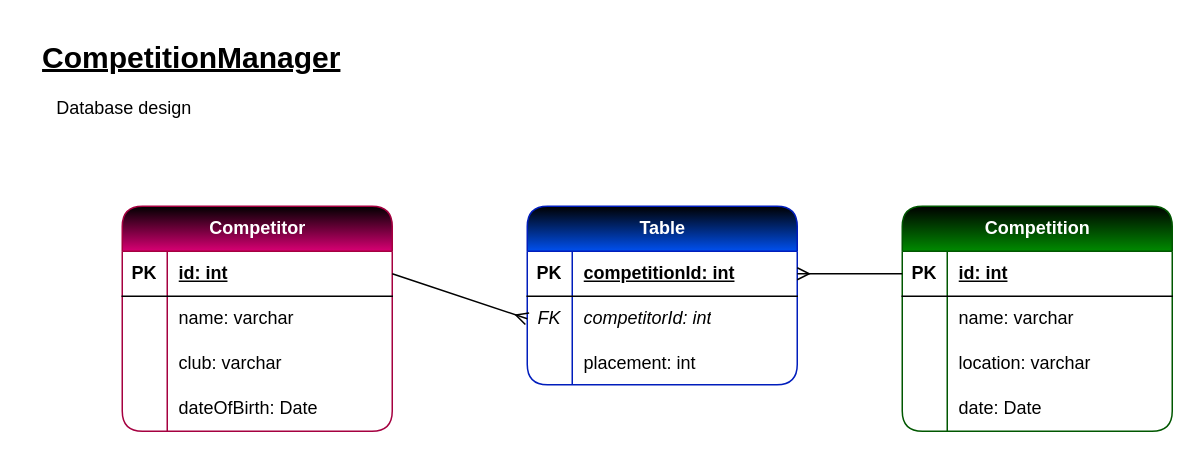
Before: project/DatabaseDesign.drawio in szdav1/CompetitionManager-Admin, a draw.io diagram. Source tidied: cells renumbered, new cells numbered last; positions are measured from the earlier drawing's top-left corner, leaving out a move shared by most shapes. Both pictures are drawn from the tidied source at 150%, with x=0, y=0 at pixel (26, 26).
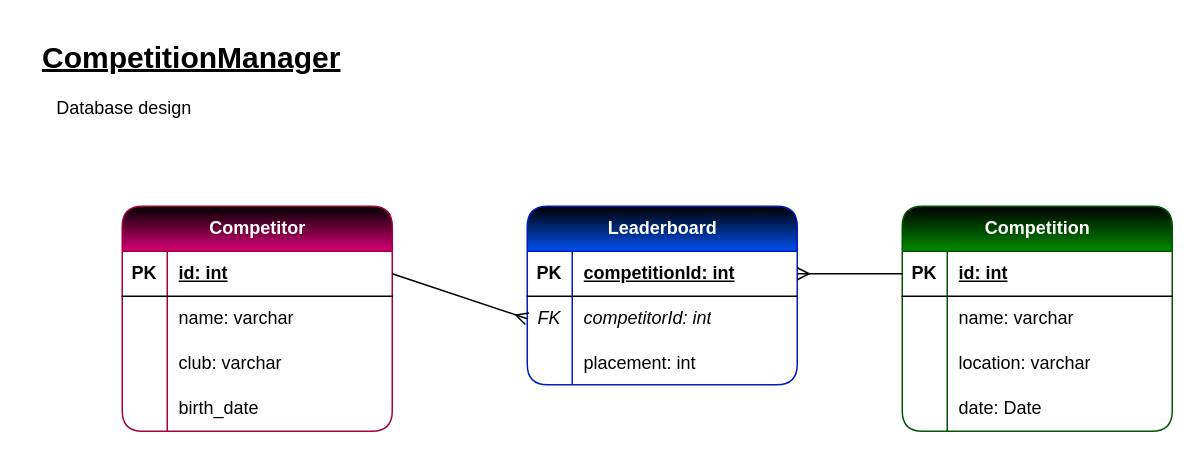
The same page after the edit.

Commit message (it also covers changes not shown here):
Add 'view database modal' opening.

Unchanged cells that the change refers to:
```xml
<mxCell id="13" style="shape=tableRow;horizontal=0;startSize=0;swimlaneHead=0;swimlaneBody=0;fillColor=none;top=0;left=0;right=0;bottom=0;" parent="3" vertex="1">
  <mxGeometry y="120" width="180" height="30" as="geometry" />
</mxCell>
```

What changed in the source:
```diff
@@
-    <mxCell id="15" value="dateOfBirth: Date" style="shape=partialRectangle;fillColor=none;top=0;left=0;bottom=0;right=0;align=left;spacingLeft=6;overflow=hidden;whiteSpace=wrap;html=1;" parent="13" vertex="1">
+    <mxCell id="15" value="birth_date" style="shape=partialRectangle;fillColor=none;top=0;left=0;bottom=0;right=0;align=left;spacingLeft=6;overflow=hidden;whiteSpace=wrap;html=1;" parent="13" vertex="1">
       <mxGeometry x="30" width="150" height="30" as="geometry" />
     </mxCell>
-    <mxCell id="16" value="Table" style="shape=table;startSize=30;childLayout=tableLayout;rowLines=0;fontStyle=1;align=center;html=1;rounded=1;shadow=0;fillColor=#0050ef;fontColor=#ffffff;strokeColor=#001DBC;swimlaneFillColor=none;gradientColor=default;gradientDirection=north;" parent="1" vertex="1">
+    <mxCell id="16" value="Leaderboard" style="shape=table;startSize=30;childLayout=tableLayout;rowLines=0;fontStyle=1;align=center;html=1;rounded=1;shadow=0;fillColor=#0050ef;fontColor=#ffffff;strokeColor=#001DBC;swimlaneFillColor=none;gradientColor=default;gradientDirection=north;" parent="1" vertex="1">
       <mxGeometry x="334" y="120" width="180" height="119" as="geometry" />
     </mxCell>
```
